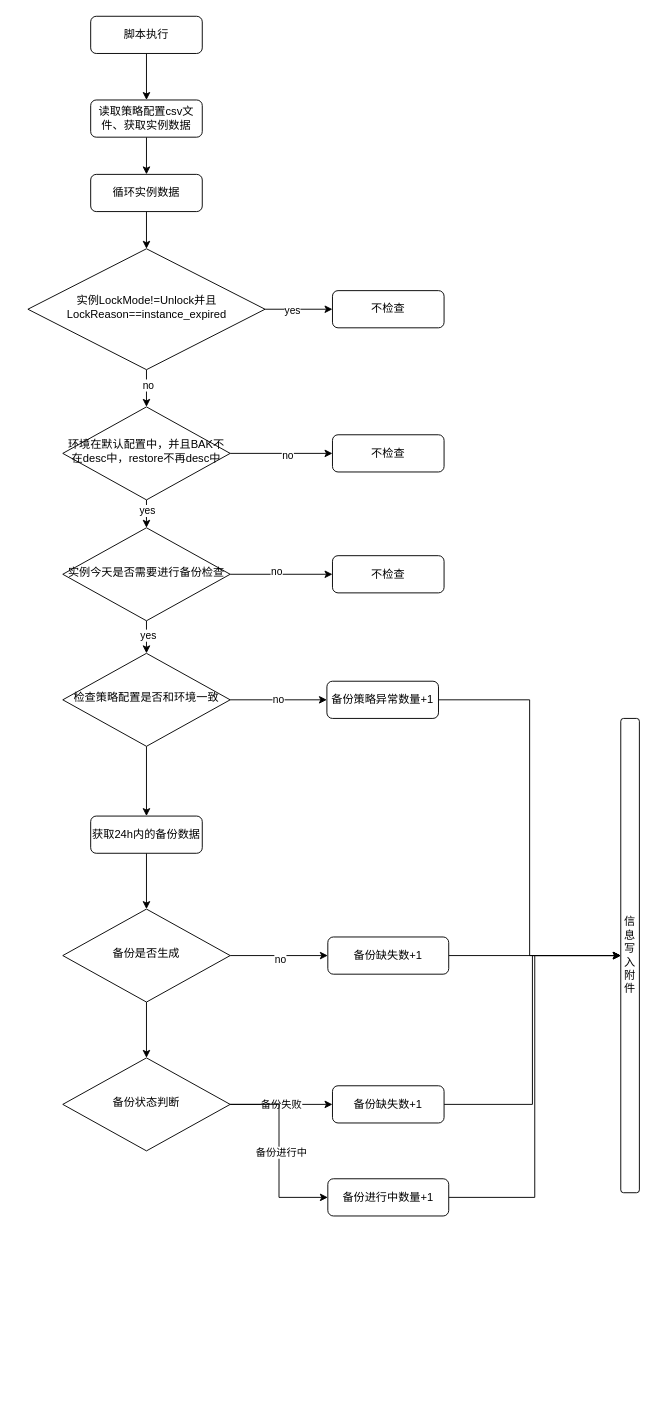
Above: rds功能逻辑图.drawio in a744740454/tools (draw.io), before the change. Source tidied: cells renumbered, new cells numbered last; positions are measured from the earlier drawing's top-left corner, leaving out a move shared by most shapes. Both pictures are drawn from the tidied source at 93%, with x=0, y=0 at pixel (27, 16).
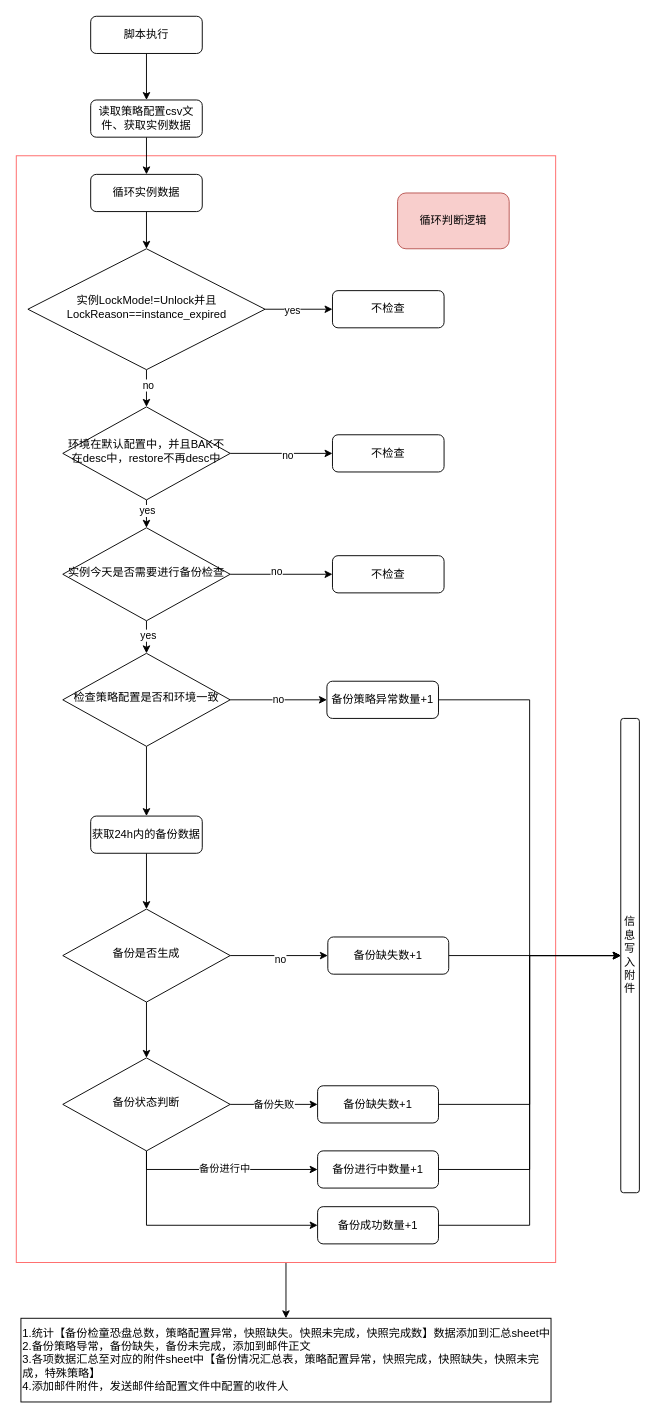
Above is the later version.

Commit message (it also covers changes not shown here):
更新rds功能逻辑图.drawio

Unchanged cells that the change refers to:
```xml
<mxCell id="31" value="信息写入附件" style="rounded=1;whiteSpace=wrap;html=1;" parent="1" vertex="1">
  <mxGeometry x="638" y="755" width="20" height="510" as="geometry" />
</mxCell>
<mxCell id="43" value="备份状态判断" style="rhombus;whiteSpace=wrap;html=1;shadow=0;fontFamily=Helvetica;fontSize=12;align=center;strokeWidth=1;spacing=6;spacingTop=-4;" parent="1" vertex="1">
  <mxGeometry x="38" y="1120" width="180" height="100" as="geometry" />
</mxCell>
```

Change to the diagram source:
```diff
@@
+    <mxCell id="48" style="edgeStyle=orthogonalEdgeStyle;rounded=0;jettySize=auto;html=1;entryX=0.5;entryY=0;entryDx=0;entryDy=0;" parent="1" edge="1" source="49" target="54">
+      <mxGeometry relative="1" as="geometry" />
+    </mxCell>
+    <mxCell id="49" style="rounded=0;whiteSpace=wrap;html=1;textOpacity=1;labelBorderColor=#FF6666;labelBackgroundColor=#FF6666;strokeColor=#FF6666;" parent="1" vertex="1">
+      <mxGeometry x="-12" y="150" width="580" height="1190" as="geometry" />
+    </mxCell>
@@
-    <mxCell id="41" style="edgeStyle=orthogonalEdgeStyle;rounded=0;jettySize=auto;html=1;exitX=1;exitY=0.5;exitDx=0;exitDy=0;entryX=0;entryY=0.5;entryDx=0;entryDy=0;" parent="1" edge="1" source="43" target="47">
+    <mxCell id="41" style="edgeStyle=orthogonalEdgeStyle;rounded=0;jettySize=auto;html=1;exitX=0.5;exitY=1;exitDx=0;exitDy=0;entryX=0;entryY=0.5;entryDx=0;entryDy=0;" parent="1" edge="1" source="43" target="47">
       <mxGeometry relative="1" as="geometry" />
     </mxCell>
@@
+    <mxCell id="50" style="edgeStyle=orthogonalEdgeStyle;rounded=0;jettySize=auto;html=1;exitX=0.5;exitY=1;exitDx=0;exitDy=0;entryX=0;entryY=0.5;entryDx=0;entryDy=0;" parent="1" edge="1" source="43" target="52">
+      <mxGeometry relative="1" as="geometry" />
+    </mxCell>
@@
     <mxCell id="45" value="备份缺失数+1" style="rounded=1;whiteSpace=wrap;html=1;fontSize=12;glass=0;strokeWidth=1;shadow=0;" parent="1" vertex="1">
-      <mxGeometry x="328" y="1150" width="120" height="40" as="geometry" />
+      <mxGeometry x="312" y="1150" width="130" height="40" as="geometry" />
     </mxCell>
@@
     <mxCell id="47" value="备份进行中数量+1" style="rounded=1;whiteSpace=wrap;html=1;fontSize=12;glass=0;strokeWidth=1;shadow=0;" parent="1" vertex="1">
-      <mxGeometry x="323" y="1250" width="130" height="40" as="geometry" />
+      <mxGeometry x="312" y="1220" width="130" height="40" as="geometry" />
     </mxCell>
+    <mxCell id="51" style="edgeStyle=orthogonalEdgeStyle;rounded=0;jettySize=auto;html=1;exitX=1;exitY=0.5;exitDx=0;exitDy=0;entryX=0;entryY=0.5;entryDx=0;entryDy=0;" parent="1" edge="1" source="52" target="31">
+      <mxGeometry relative="1" as="geometry" />
+    </mxCell>
+    <mxCell id="52" value="备份成功数量+1" style="rounded=1;whiteSpace=wrap;html=1;fontSize=12;glass=0;strokeWidth=1;shadow=0;" parent="1" vertex="1">
+      <mxGeometry x="312" y="1280" width="130" height="40" as="geometry" />
+    </mxCell>
+    <mxCell id="53" value="循环判断逻辑" style="rounded=1;whiteSpace=wrap;html=1;fillColor=#f8cecc;strokeColor=#b85450;" parent="1" vertex="1">
+      <mxGeometry x="398" y="190" width="120" height="60" as="geometry" />
+    </mxCell>
+    <mxCell id="54" value="1.统计【备份检童恐盘总数，策略配置异常，快照缺失。快照未完成，快照完成数】数据添加到汇总sheet中&lt;br&gt;2.备份策略导常，备份缺失，备份未完成，添加到邮件正文&lt;br&gt;3.各项数据汇总至对应的附件sheet中【备份情况汇总表，策略配置异常，快照完成，快照缺失，快照未完成，特殊策略】&lt;br&gt;4.添加邮件附件，发送邮件给配置文件中配置的收件人" style="rounded=0;whiteSpace=wrap;html=1;align=left;" parent="1" vertex="1">
+      <mxGeometry x="-7" y="1400" width="570" height="90" as="geometry" />
+    </mxCell>
```
